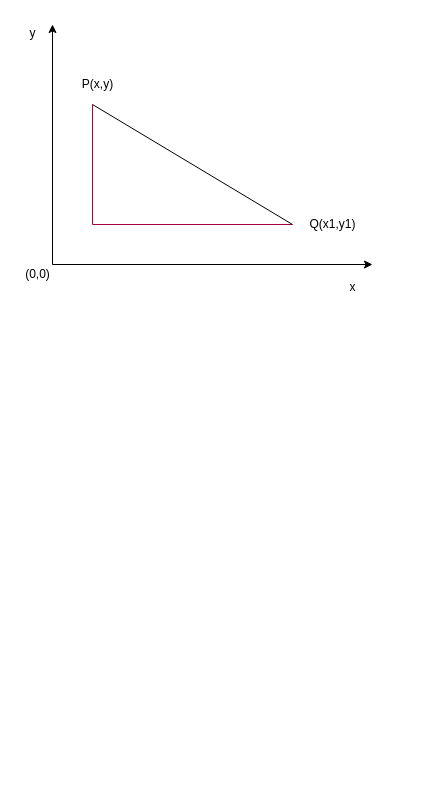
Before: Untitled Diagram.drawio in HysenChan/DrawDiagram, a draw.io diagram. Source tidied: cells renumbered, new cells numbered last; positions are measured from the earlier drawing's top-left corner, leaving out a move shared by most shapes. Both pictures are drawn from the tidied source at 100%, with x=0, y=0 at pixel (17, 23).
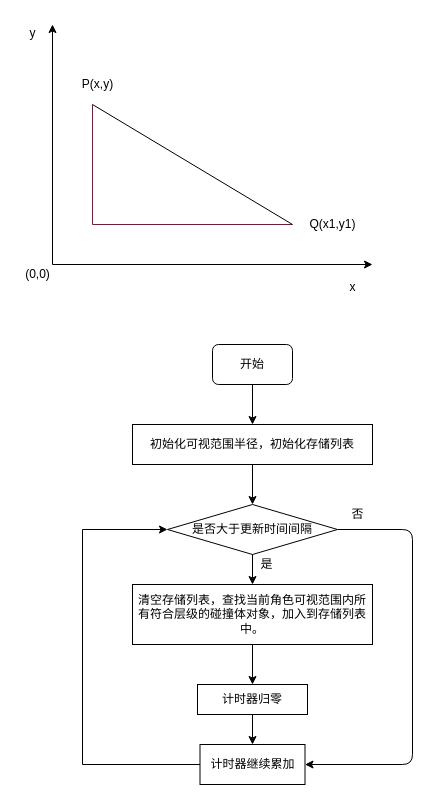
Above is the later version.

What changed in the source:
```diff
@@
+    <mxCell id="12" value="开始" style="rounded=1;whiteSpace=wrap;html=1;" parent="1" vertex="1">
+      <mxGeometry x="195" y="321" width="80" height="40" as="geometry" />
+    </mxCell>
+    <mxCell id="13" value="初始化可视范围半径，初始化存储列表" style="rounded=0;whiteSpace=wrap;html=1;" parent="1" vertex="1">
+      <mxGeometry x="115" y="401" width="240" height="40" as="geometry" />
+    </mxCell>
+    <mxCell id="14" value="是否大于更新时间间隔" style="rhombus;whiteSpace=wrap;html=1;" parent="1" vertex="1">
+      <mxGeometry x="150" y="481" width="170" height="50" as="geometry" />
+    </mxCell>
+    <mxCell id="15" style="endArrow=classic;html=1;exitX=0.5;exitY=1;exitDx=0;exitDy=0;entryX=0.5;entryY=0;entryDx=0;entryDy=0;" parent="1" edge="1" source="12" target="13">
+      <mxGeometry relative="1" as="geometry" />
+    </mxCell>
+    <mxCell id="16" style="endArrow=classic;html=1;exitX=0.5;exitY=1;exitDx=0;exitDy=0;entryX=0.5;entryY=0;entryDx=0;entryDy=0;" parent="1" edge="1" source="13" target="14">
+      <mxGeometry relative="1" as="geometry" />
+    </mxCell>
+    <mxCell id="17" style="endArrow=classic;html=1;exitX=0.5;exitY=1;exitDx=0;exitDy=0;" parent="1" edge="1" source="14">
+      <mxGeometry relative="1" as="geometry">
+        <mxPoint x="235" y="561" as="targetPoint" />
+      </mxGeometry>
+    </mxCell>
+    <mxCell id="18" value="是" style="text;html=1;align=center;verticalAlign=middle;" parent="1" vertex="1">
+      <mxGeometry x="234" y="531" width="30" height="20" as="geometry" />
+    </mxCell>
+    <mxCell id="19" value="清空存储列表，查找当前角色可视范围内所有符合层级的碰撞体对象，加入到存储列表中。" style="rounded=0;whiteSpace=wrap;html=1;" parent="1" vertex="1">
+      <mxGeometry x="115" y="561" width="240" height="60" as="geometry" />
+    </mxCell>
+    <mxCell id="20" value="计时器归零" style="rounded=0;whiteSpace=wrap;html=1;" parent="1" vertex="1">
+      <mxGeometry x="180" y="661" width="110" height="30" as="geometry" />
+    </mxCell>
+    <mxCell id="21" style="endArrow=classic;html=1;exitX=0.5;exitY=1;exitDx=0;exitDy=0;entryX=0.5;entryY=0;entryDx=0;entryDy=0;" parent="1" edge="1" source="19" target="20">
+      <mxGeometry relative="1" as="geometry" />
+    </mxCell>
+    <mxCell id="22" style="edgeStyle=orthogonalEdgeStyle;rounded=0;jettySize=auto;html=1;entryX=0;entryY=0.5;entryDx=0;entryDy=0;" parent="1" edge="1" source="23" target="14">
+      <mxGeometry relative="1" as="geometry">
+        <Array as="points">
+          <mxPoint x="65" y="741" />
+          <mxPoint x="65" y="506" />
+        </Array>
+      </mxGeometry>
+    </mxCell>
+    <mxCell id="23" value="计时器继续累加" style="rounded=0;whiteSpace=wrap;html=1;" parent="1" vertex="1">
+      <mxGeometry x="182.5" y="721" width="105" height="40" as="geometry" />
+    </mxCell>
+    <mxCell id="24" style="endArrow=classic;html=1;exitX=0.5;exitY=1;exitDx=0;exitDy=0;entryX=0.5;entryY=0;entryDx=0;entryDy=0;" parent="1" edge="1" source="20" target="23">
+      <mxGeometry relative="1" as="geometry" />
+    </mxCell>
+    <mxCell id="25" style="endArrow=classic;html=1;entryX=1;entryY=0.5;entryDx=0;entryDy=0;exitX=1;exitY=0.5;exitDx=0;exitDy=0;" parent="1" edge="1" source="14" target="23">
+      <mxGeometry relative="1" as="geometry">
+        <Array as="points">
+          <mxPoint x="395" y="506" />
+          <mxPoint x="395" y="741" />
+        </Array>
+      </mxGeometry>
+    </mxCell>
+    <mxCell id="26" value="否" style="text;html=1;align=center;verticalAlign=middle;" parent="1" vertex="1">
+      <mxGeometry x="325" y="481" width="30" height="20" as="geometry" />
+    </mxCell>
```
